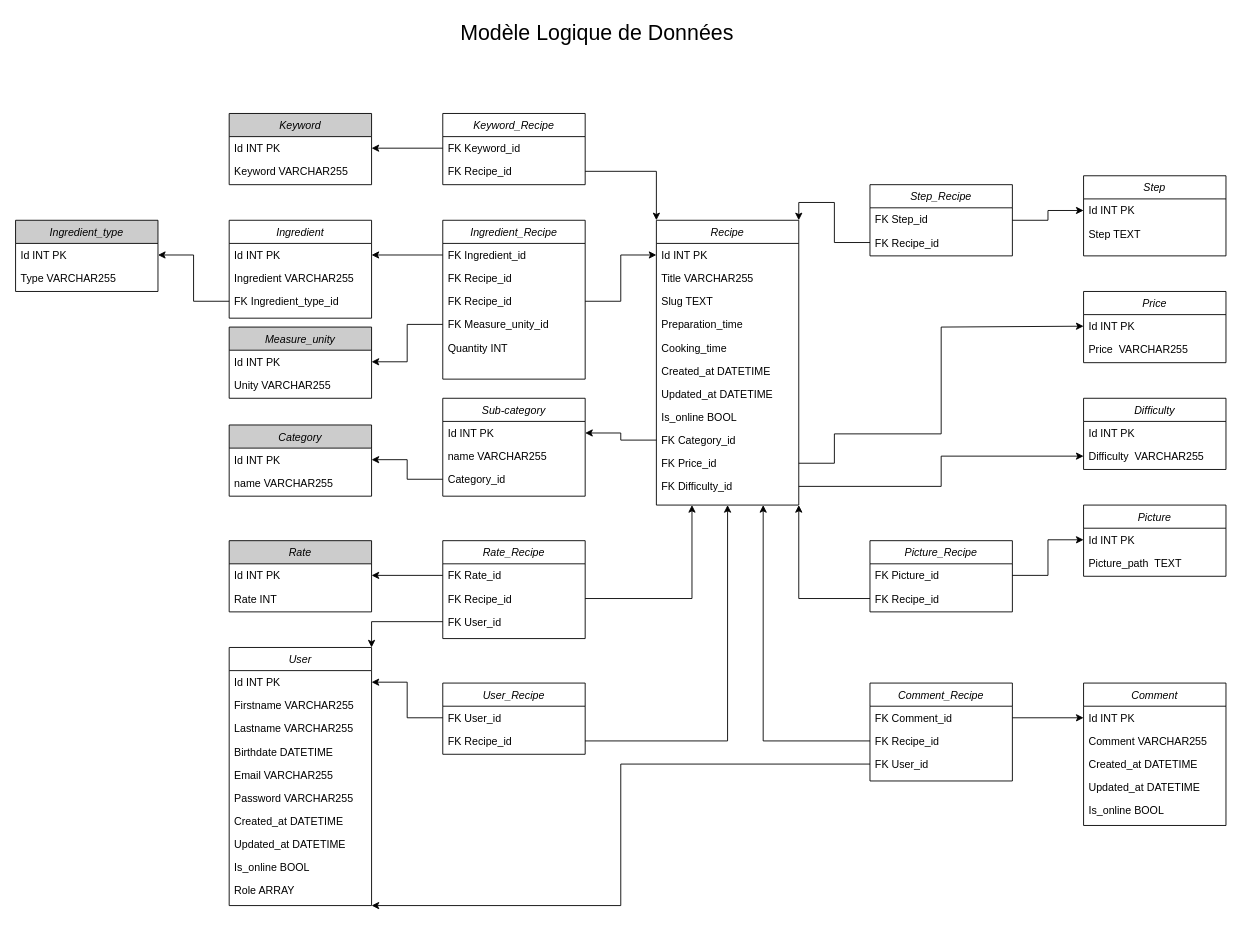
This is api/CDA-cuisine-di-panda-diagram-mld.drawio from vincentDubresson/cda-cuisine-di-panda, a draw.io file, before an edit. Source tidied: cells renumbered, new cells numbered last; positions are measured from the earlier drawing's top-left corner, leaving out a move shared by most shapes. Both pictures are drawn from the tidied source at 89%, with x=0, y=0 at pixel (15, 15).
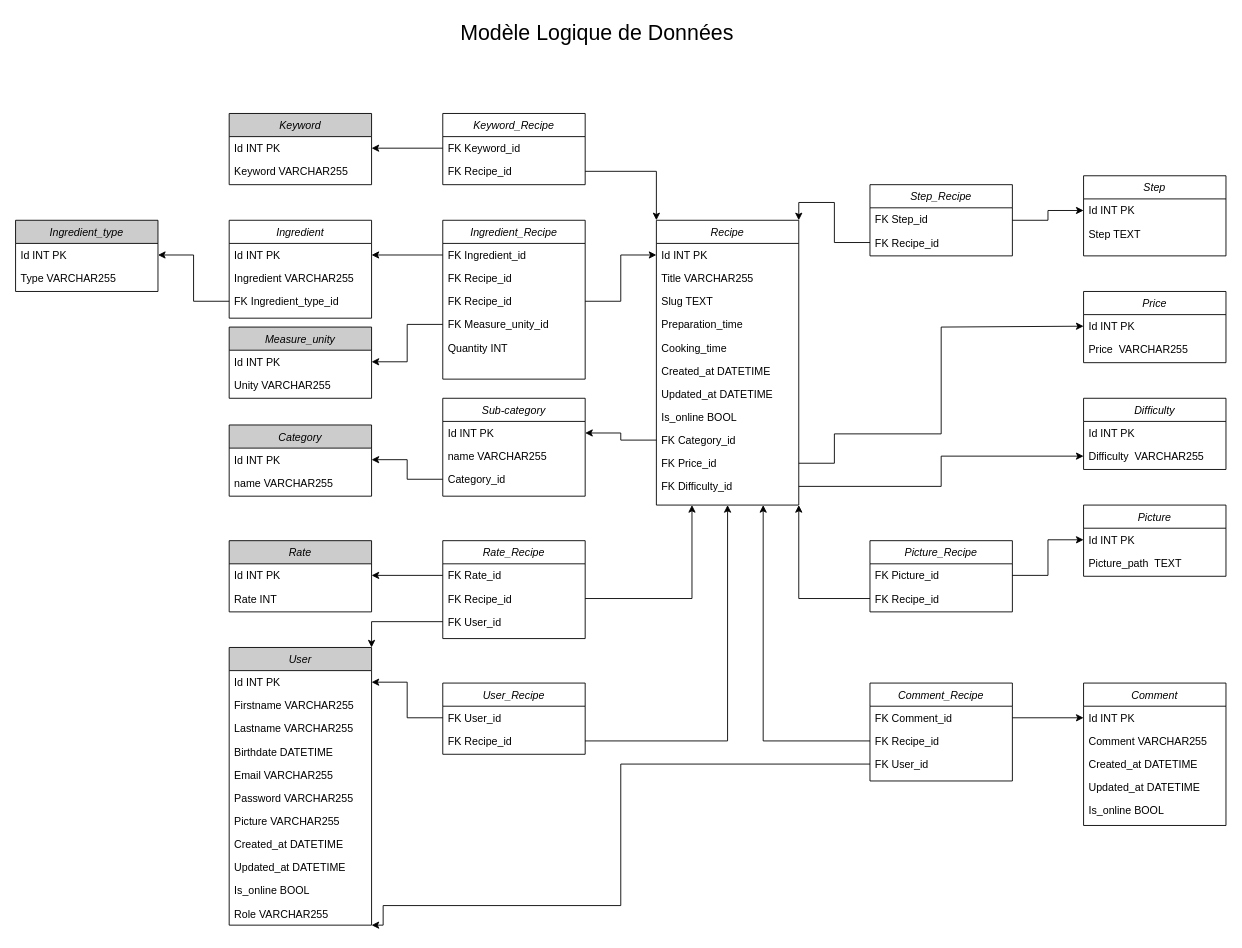
Above is the later version.

Commit message (it also covers changes not shown here):
Creation of User entity, fixtures, repo and resolver

The change refers to these unchanged cells:
```xml
<mxCell id="62" value="FK User_id" style="text;align=left;verticalAlign=top;spacingLeft=4;spacingRight=4;overflow=hidden;points=[[0,0.5],[1,0.5]];portConstraint=eastwest;rounded=0;shadow=0;html=0;" parent="59" vertex="1">
  <mxGeometry y="78" width="160" height="26" as="geometry" />
</mxCell>
```

Change to the diagram source:
```diff
@@
-    <mxCell id="30" value="User" style="swimlane;fontStyle=2;align=center;verticalAlign=top;horizontal=1;startSize=26;rounded=0;shadow=0;strokeWidth=1;" parent="1" vertex="1">
-      <mxGeometry x="240" y="710" width="160" height="290" as="geometry" />
+    <mxCell id="30" value="User" style="swimlane;fontStyle=2;align=center;verticalAlign=top;horizontal=1;startSize=26;rounded=0;shadow=0;strokeWidth=1;fillColor=#CCCCCC;" parent="1" vertex="1">
+      <mxGeometry x="240" y="710" width="160" height="312" as="geometry" />
     </mxCell>
@@
+    <mxCell id="115" value="Picture VARCHAR255" style="text;align=left;verticalAlign=top;spacingLeft=4;spacingRight=4;overflow=hidden;rounded=0;shadow=0;html=0;" parent="30" vertex="1">
+      <mxGeometry y="182" width="160" height="26" as="geometry" />
+    </mxCell>
     <mxCell id="37" value="Created_at DATETIME" style="text;align=left;verticalAlign=top;spacingLeft=4;spacingRight=4;overflow=hidden;" parent="30" vertex="1">
-      <mxGeometry y="182" width="160" height="26" as="geometry" />
+      <mxGeometry y="208" width="160" height="26" as="geometry" />
     </mxCell>
     <mxCell id="38" value="Updated_at DATETIME" style="text;align=left;verticalAlign=top;spacingLeft=4;spacingRight=4;overflow=hidden;" parent="30" vertex="1">
-      <mxGeometry y="208" width="160" height="26" as="geometry" />
+      <mxGeometry y="234" width="160" height="26" as="geometry" />
     </mxCell>
     <mxCell id="39" value="Is_online BOOL" style="text;align=left;verticalAlign=top;spacingLeft=4;spacingRight=4;overflow=hidden;rounded=0;shadow=0;html=0;" parent="30" vertex="1">
-      <mxGeometry y="234" width="160" height="26" as="geometry" />
+      <mxGeometry y="260" width="160" height="26" as="geometry" />
     </mxCell>
-    <mxCell id="40" value="Role ARRAY" style="text;align=left;verticalAlign=top;spacingLeft=4;spacingRight=4;overflow=hidden;rounded=0;shadow=0;html=0;" parent="30" vertex="1">
-      <mxGeometry y="260" width="160" height="26" as="geometry" />
+    <mxCell id="40" value="Role VARCHAR255" style="text;align=left;verticalAlign=top;spacingLeft=4;spacingRight=4;overflow=hidden;rounded=0;shadow=0;html=0;" parent="30" vertex="1">
+      <mxGeometry y="286" width="160" height="26" as="geometry" />
     </mxCell>
@@
     <mxCell id="113" style="edgeStyle=orthogonalEdgeStyle;rounded=0;jettySize=auto;html=1;entryX=1;entryY=1;entryDx=0;entryDy=0;" parent="1" edge="1" source="62" target="30">
       <mxGeometry relative="1" as="geometry">
         <Array as="points">
           <mxPoint x="680" y="841" />
           <mxPoint x="680" y="1000" />
+          <mxPoint x="413" y="1000" />
+          <mxPoint x="413" y="1022" />
         </Array>
       </mxGeometry>
     </mxCell>
```
